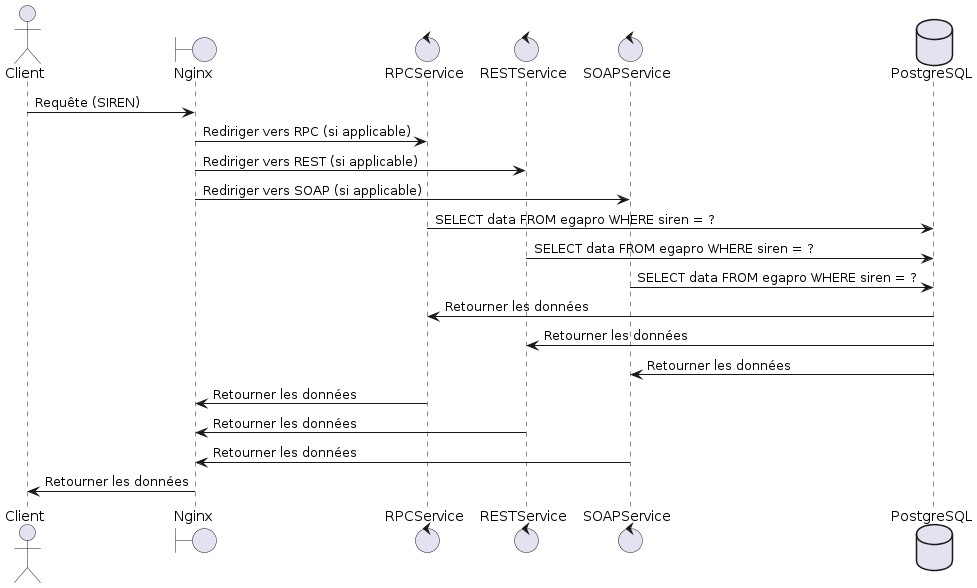
Xorgaz/EgaPro keeps this PlantUML diagram as images/sequence-diagram.png. Above is the earlier version.
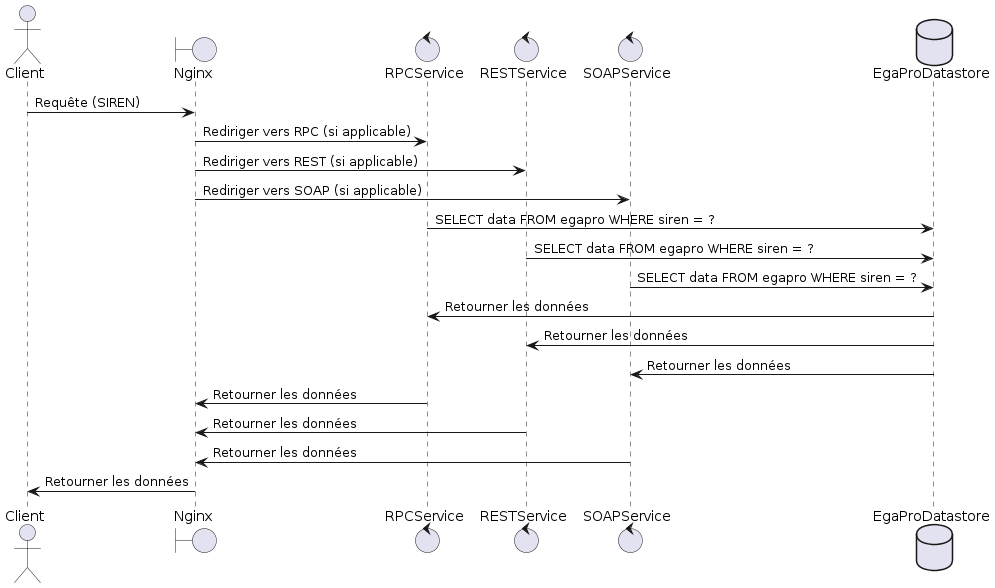
After the change.

What changed in the source:
```diff
@@ -4,20 +4,20 @@
 control RPCService
 control RESTService
 control SOAPService
-database PostgreSQL
+database EgaProDatastore
 
 Client -> Nginx: Requête (SIREN)
 Nginx -> RPCService: Rediriger vers RPC (si applicable)
 Nginx -> RESTService: Rediriger vers REST (si applicable)
 Nginx -> SOAPService: Rediriger vers SOAP (si applicable)
 
-RPCService -> PostgreSQL: SELECT data FROM egapro WHERE siren = ?
-RESTService -> PostgreSQL: SELECT data FROM egapro WHERE siren = ?
-SOAPService -> PostgreSQL: SELECT data FROM egapro WHERE siren = ?
+RPCService -> EgaProDatastore: SELECT data FROM egapro WHERE siren = ?
+RESTService -> EgaProDatastore: SELECT data FROM egapro WHERE siren = ?
+SOAPService -> EgaProDatastore: SELECT data FROM egapro WHERE siren = ?
 
-PostgreSQL -> RPCService: Retourner les données
-PostgreSQL -> RESTService: Retourner les données
-PostgreSQL -> SOAPService: Retourner les données
+EgaProDatastore -> RPCService: Retourner les données
+EgaProDatastore -> RESTService: Retourner les données
+EgaProDatastore -> SOAPService: Retourner les données
 
 RPCService -> Nginx: Retourner les données
 RESTService -> Nginx: Retourner les données
```
